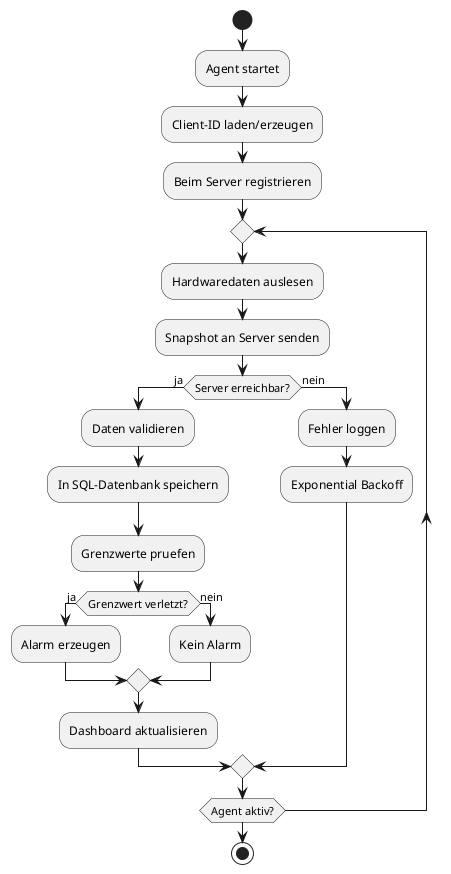
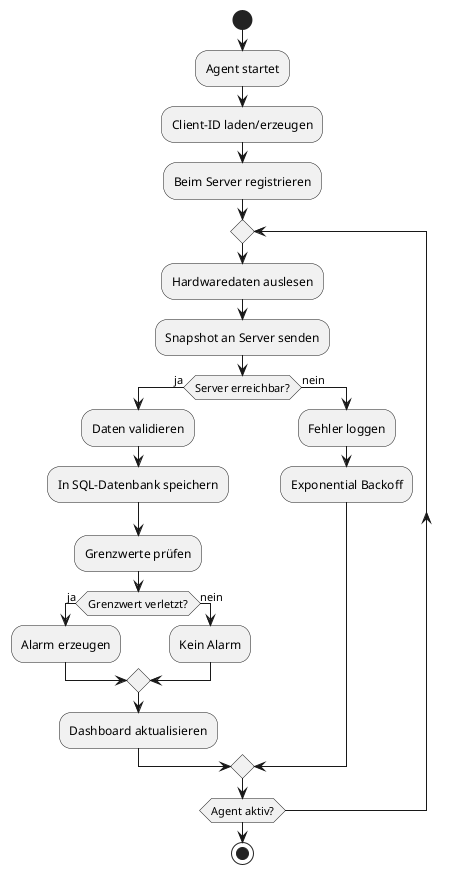
@startuml
start
:Agent startet;
:Client-ID laden/erzeugen;
:Beim Server registrieren;

repeat
  :Hardwaredaten auslesen;
  :Snapshot an Server senden;

  if (Server erreichbar?) then (ja)
    :Daten validieren;
    :In SQL-Datenbank speichern;
-     :Grenzwerte pruefen;
+     :Grenzwerte prüfen;
    if (Grenzwert verletzt?) then (ja)
      :Alarm erzeugen;
    else (nein)
      :Kein Alarm;
    endif
    :Dashboard aktualisieren;
  else (nein)
    :Fehler loggen;
    :Exponential Backoff;
  endif

repeat while (Agent aktiv?)
stop
@enduml
